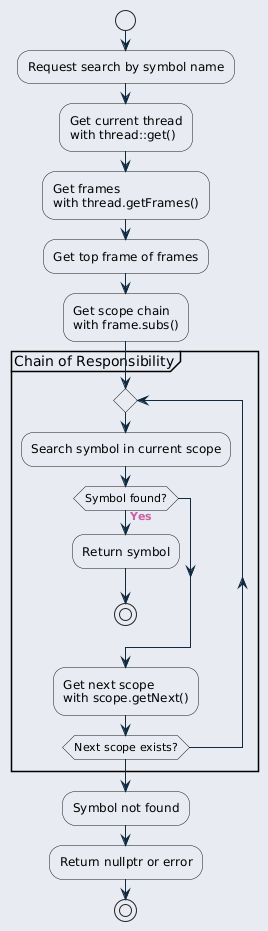
Before: ref/generated/ko/inline_umlgraph_29.png, a diagram exported from PlantUML (byeolang/website).
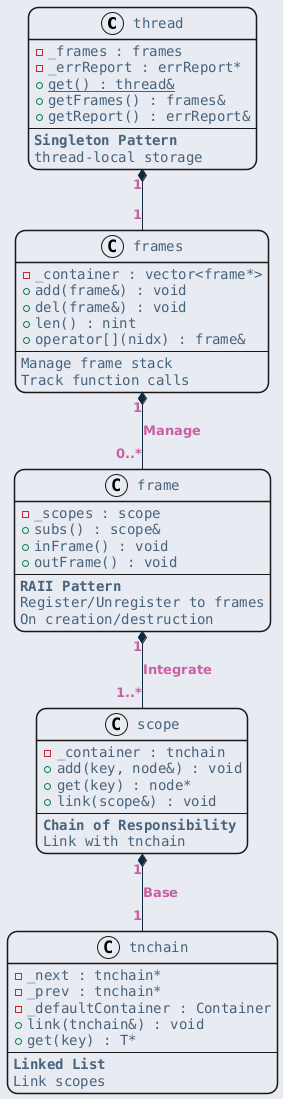
The same file after the commit.

What changed in the source:
```diff
@@ -23,35 +23,62 @@
     }
 }
 </style>
-start
-
-:Request search by symbol name;
-
-:Get current thread\nwith thread::get();
-
-:Get frames\nwith thread.getFrames();
-
-:Get top frame of frames;
-
-:Get scope chain\nwith frame.subs();
-
-partition "Chain of Responsibility" {
-    repeat
-        :Search symbol in current scope;
-
-        if (Symbol found?) then (Yes)
-            :Return symbol;
-            stop
-        endif
-
-        :Get next scope\nwith scope.getNext();
-
-    repeat while (Next scope exists?)
+class thread {
+    - _frames : frames
+    - _errReport : errReport*
+    + {static} get() : thread&
+    + getFrames() : frames&
+    + getReport() : errReport&
+    --
+    <b>Singleton Pattern</b>
+    thread-local storage
 }
 
-:Symbol not found;
+class frames {
+    - _container : vector<frame*>
+    + add(frame&) : void
+    + del(frame&) : void
+    + len() : nint
+    + operator[](nidx) : frame&
+    --
+    Manage frame stack
+    Track function calls
+}
 
-:Return nullptr or error;
+class frame {
+    - _scopes : scope
+    + subs() : scope&
+    + inFrame() : void
+    + outFrame() : void
+    --
+    <b>RAII Pattern</b>
+    Register/Unregister to frames
+    On creation/destruction
+}
 
-stop
+class scope {
+    - _container : tnchain
+    + add(key, node&) : void
+    + get(key) : node*
+    + link(scope&) : void
+    --
+    <b>Chain of Responsibility</b>
+    Link with tnchain
+}
+
+class tnchain {
+    - _next : tnchain*
+    - _prev : tnchain*
+    - _defaultContainer : Container
+    + link(tnchain&) : void
+    + get(key) : T*
+    --
+    <b>Linked List</b>
+    Link scopes
+}
+
+thread "1" *-- "1" frames
+frames "1" *-- "0..*" frame : Manage
+frame "1" *-- "1..*" scope : Integrate
+scope "1" *-- "1" tnchain : Base
 @enduml
```
